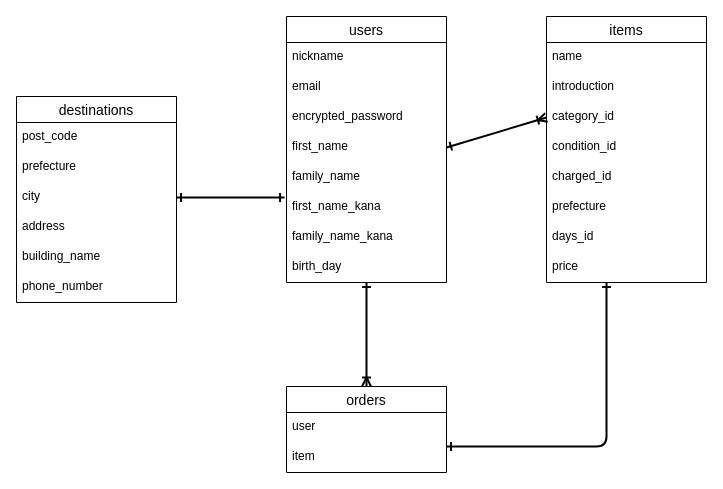
Before: furima-39067.dio in nohohon1820/furima-39067, a draw.io diagram. Source tidied: cells renumbered, new cells numbered last; positions are measured from the earlier drawing's top-left corner, leaving out a move shared by most shapes. Both pictures are drawn from the tidied source at 100%, with x=0, y=0 at pixel (16, 16).
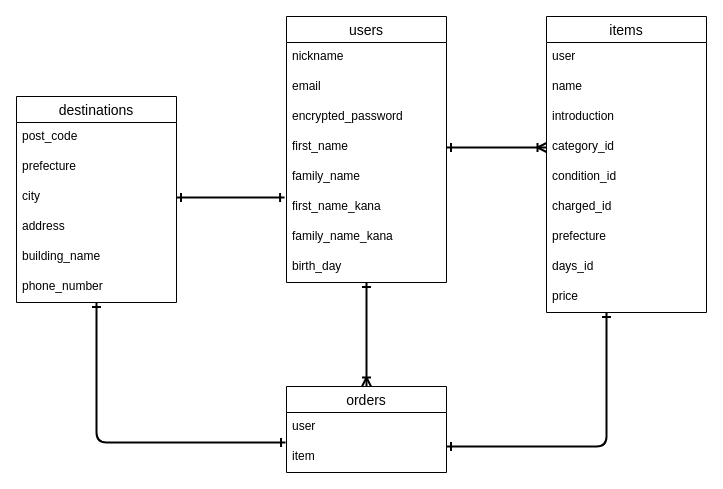
Above is the later version.

Commit message (it also covers changes not shown here):
データベース設計　修正3

Unchanged cells that the change refers to:
```xml
<mxCell id="32" value="item" style="text;strokeColor=none;fillColor=none;spacingLeft=4;spacingRight=4;overflow=hidden;points=[[0,0.5],[1,0.5]];portConstraint=eastwest;fontSize=12;" parent="30" vertex="1">
  <mxGeometry y="56" width="160" height="30" as="geometry" />
</mxCell>
```

What changed in the source:
```diff
@@
     <mxCell id="11" value="items" style="swimlane;fontStyle=0;horizontal=1;startSize=26;align=center;fontSize=14;" parent="1" vertex="1">
-      <mxGeometry x="530" width="160" height="266" as="geometry" />
+      <mxGeometry x="530" width="160" height="296" as="geometry" />
     </mxCell>
+    <mxCell id="34" value="user" style="text;strokeColor=none;fillColor=none;spacingLeft=4;spacingRight=4;overflow=hidden;fontSize=12;" parent="11" vertex="1">
+      <mxGeometry y="26" width="160" height="30" as="geometry" />
+    </mxCell>
     <mxCell id="12" value="name " style="text;strokeColor=none;fillColor=none;spacingLeft=4;spacingRight=4;overflow=hidden;fontSize=12;" parent="11" vertex="1">
-      <mxGeometry y="26" width="160" height="30" as="geometry" />
+      <mxGeometry y="56" width="160" height="30" as="geometry" />
     </mxCell>
     <mxCell id="13" value="introduction" style="text;strokeColor=none;fillColor=none;spacingLeft=4;spacingRight=4;overflow=hidden;fontSize=12;" parent="11" vertex="1">
-      <mxGeometry y="56" width="160" height="30" as="geometry" />
+      <mxGeometry y="86" width="160" height="30" as="geometry" />
     </mxCell>
     <mxCell id="14" value="category_id" style="text;strokeColor=none;fillColor=none;spacingLeft=4;spacingRight=4;overflow=hidden;points=[[0,0.5],[1,0.5]];portConstraint=eastwest;fontSize=12;" parent="11" vertex="1">
-      <mxGeometry y="86" width="160" height="30" as="geometry" />
+      <mxGeometry y="116" width="160" height="30" as="geometry" />
     </mxCell>
     <mxCell id="15" value="condition_id" style="text;strokeColor=none;fillColor=none;spacingLeft=4;spacingRight=4;overflow=hidden;fontSize=12;" parent="11" vertex="1">
-      <mxGeometry y="116" width="160" height="30" as="geometry" />
+      <mxGeometry y="146" width="160" height="30" as="geometry" />
     </mxCell>
     <mxCell id="16" value="charged_id" style="text;strokeColor=none;fillColor=none;spacingLeft=4;spacingRight=4;overflow=hidden;fontSize=12;" parent="11" vertex="1">
-      <mxGeometry y="146" width="160" height="30" as="geometry" />
+      <mxGeometry y="176" width="160" height="30" as="geometry" />
     </mxCell>
     <mxCell id="17" value="prefecture" style="text;strokeColor=none;fillColor=none;spacingLeft=4;spacingRight=4;overflow=hidden;fontSize=12;" parent="11" vertex="1">
-      <mxGeometry y="176" width="160" height="30" as="geometry" />
+      <mxGeometry y="206" width="160" height="30" as="geometry" />
     </mxCell>
     <mxCell id="18" value="days_id" style="text;strokeColor=none;fillColor=none;spacingLeft=4;spacingRight=4;overflow=hidden;fontSize=12;" parent="11" vertex="1">
-      <mxGeometry y="206" width="160" height="30" as="geometry" />
+      <mxGeometry y="236" width="160" height="30" as="geometry" />
     </mxCell>
     <mxCell id="19" value="price" style="text;strokeColor=none;fillColor=none;spacingLeft=4;spacingRight=4;overflow=hidden;points=[[0,0.5],[1,0.5]];portConstraint=eastwest;fontSize=12;" parent="11" vertex="1">
-      <mxGeometry y="236" width="160" height="30" as="geometry" />
+      <mxGeometry y="266" width="160" height="30" as="geometry" />
     </mxCell>
@@
+    <mxCell id="35" style="edgeStyle=elbowEdgeStyle;fontSize=12;html=1;endArrow=ERone;endFill=1;strokeWidth=2;entryX=0.375;entryY=1;entryDx=0;entryDy=0;entryPerimeter=0;startArrow=ERone;startFill=0;exitX=-0.006;exitY=0;exitDx=0;exitDy=0;exitPerimeter=0;" parent="1" edge="1" source="32">
+      <mxGeometry relative="1" as="geometry">
+        <mxPoint x="80" y="286" as="targetPoint" />
+        <Array as="points">
+          <mxPoint x="80" y="426" />
+        </Array>
+      </mxGeometry>
+    </mxCell>
```
